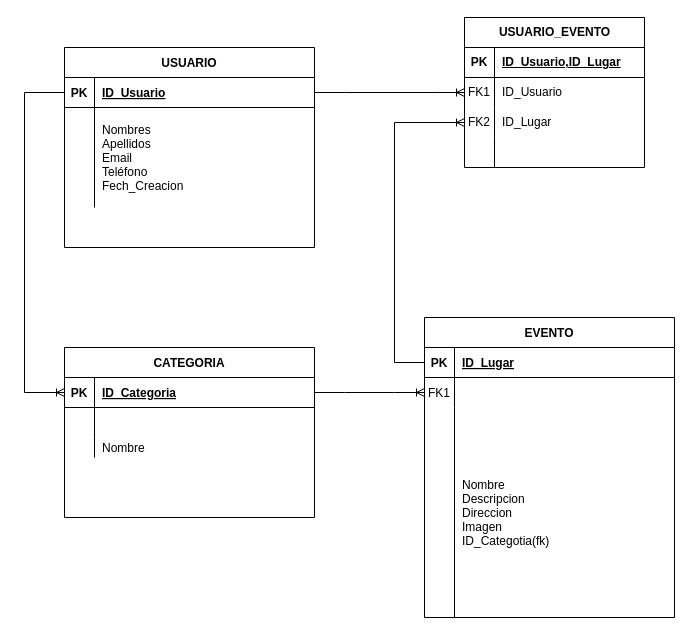
Before: DBMedellinTurismo.drawio in Cat0428/Ingenier-a-Software-2, a draw.io diagram. Source tidied: cells renumbered, new cells numbered last; positions are measured from the earlier drawing's top-left corner, leaving out a move shared by most shapes. Both pictures are drawn from the tidied source at 100%, with x=0, y=0 at pixel (24, 17).
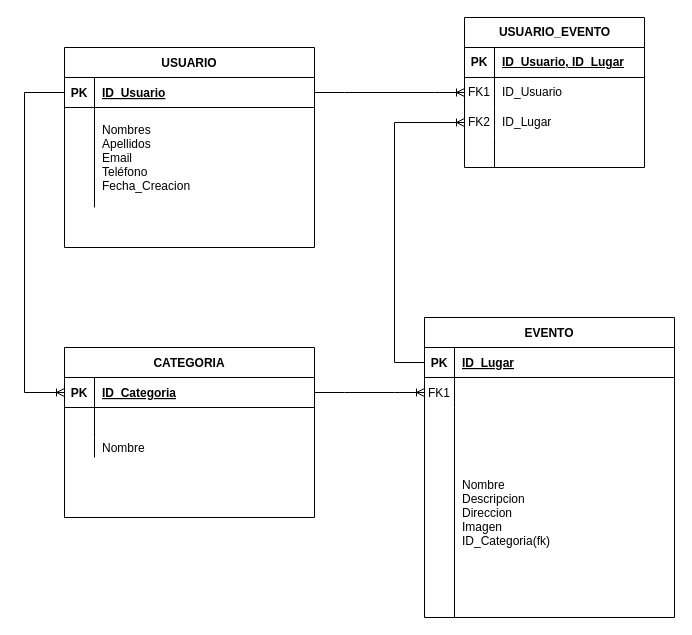
After the change.

The change refers to these unchanged cells:
```xml
<mxCell id="16" style="shape=partialRectangle;fillColor=none;top=0;left=0;right=0;bottom=0;" parent="12" vertex="1">
  <mxGeometry y="60" width="250" height="100" as="geometry" />
</mxCell>
<mxCell id="26" style="shape=partialRectangle;fillColor=none;top=0;left=0;right=0;bottom=0;" parent="19" vertex="1">
  <mxGeometry y="90" width="250" height="210" as="geometry" />
</mxCell>
<mxCell id="32" style="shape=tableRow;horizontal=0;startSize=0;swimlaneHead=0;swimlaneBody=0;fillColor=none;top=0;left=0;right=0;bottom=1;" parent="31" vertex="1">
  <mxGeometry y="30" width="180" height="30" as="geometry" />
</mxCell>
```

Diff of the diagram source:
```diff
@@
-    <mxCell id="18" value="&#10;Nombres&#10;Apellidos&#10;Email&#10;Teléfono&#10;Fech_Creacion&#10;&#10;" style="shape=partialRectangle;overflow=hidden;fillColor=none;top=0;left=0;bottom=0;right=0;align=left;spacingLeft=6;" parent="16" vertex="1">
+    <mxCell id="18" value="&#10;Nombres&#10;Apellidos&#10;Email&#10;Teléfono&#10;Fecha_Creacion&#10;&#10;" style="shape=partialRectangle;overflow=hidden;fillColor=none;top=0;left=0;bottom=0;right=0;align=left;spacingLeft=6;" parent="16" vertex="1">
       <mxGeometry x="30" width="220" height="100" as="geometry" />
     </mxCell>
@@
-    <mxCell id="28" value="Nombre&#10;Descripcion&#10;Direccion&#10;Imagen&#10;ID_Categotia(fk)" style="shape=partialRectangle;overflow=hidden;fillColor=none;top=0;left=0;bottom=0;right=0;align=left;spacingLeft=6;" parent="26" vertex="1">
+    <mxCell id="28" value="Nombre&#10;Descripcion&#10;Direccion&#10;Imagen&#10;ID_Categoria(fk)" style="shape=partialRectangle;overflow=hidden;fillColor=none;top=0;left=0;bottom=0;right=0;align=left;spacingLeft=6;" parent="26" vertex="1">
       <mxGeometry x="30" width="220" height="210" as="geometry" />
     </mxCell>
@@
-    <mxCell id="34" value="ID_Usuario,ID_Lugar" style="shape=partialRectangle;fillColor=none;top=0;left=0;bottom=0;right=0;align=left;spacingLeft=6;fontStyle=5;overflow=hidden;whiteSpace=wrap;html=1;" parent="32" vertex="1">
+    <mxCell id="34" value="ID_Usuario, ID_Lugar" style="shape=partialRectangle;fillColor=none;top=0;left=0;bottom=0;right=0;align=left;spacingLeft=6;fontStyle=5;overflow=hidden;whiteSpace=wrap;html=1;" parent="32" vertex="1">
       <mxGeometry x="30" width="150" height="30" as="geometry" />
     </mxCell>
```
